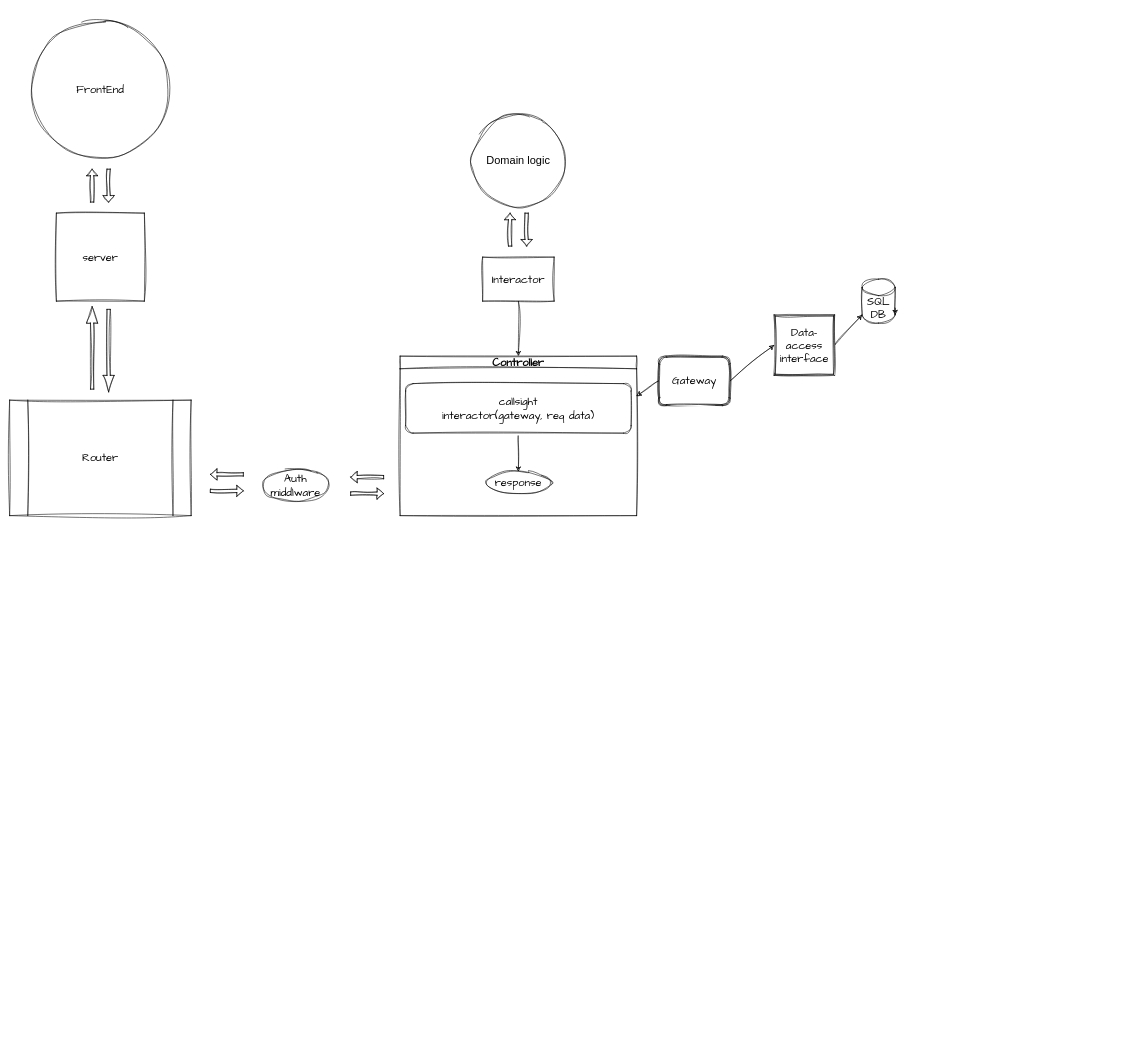
Above: structure.drawio in Jovarasleo/TaskEm (draw.io), before the change. Source tidied: cells renumbered, new cells numbered last; positions are measured from the earlier drawing's top-left corner, leaving out a move shared by most shapes. Both pictures are drawn from the tidied source at 55%, with x=0, y=0 at pixel (9, 20).
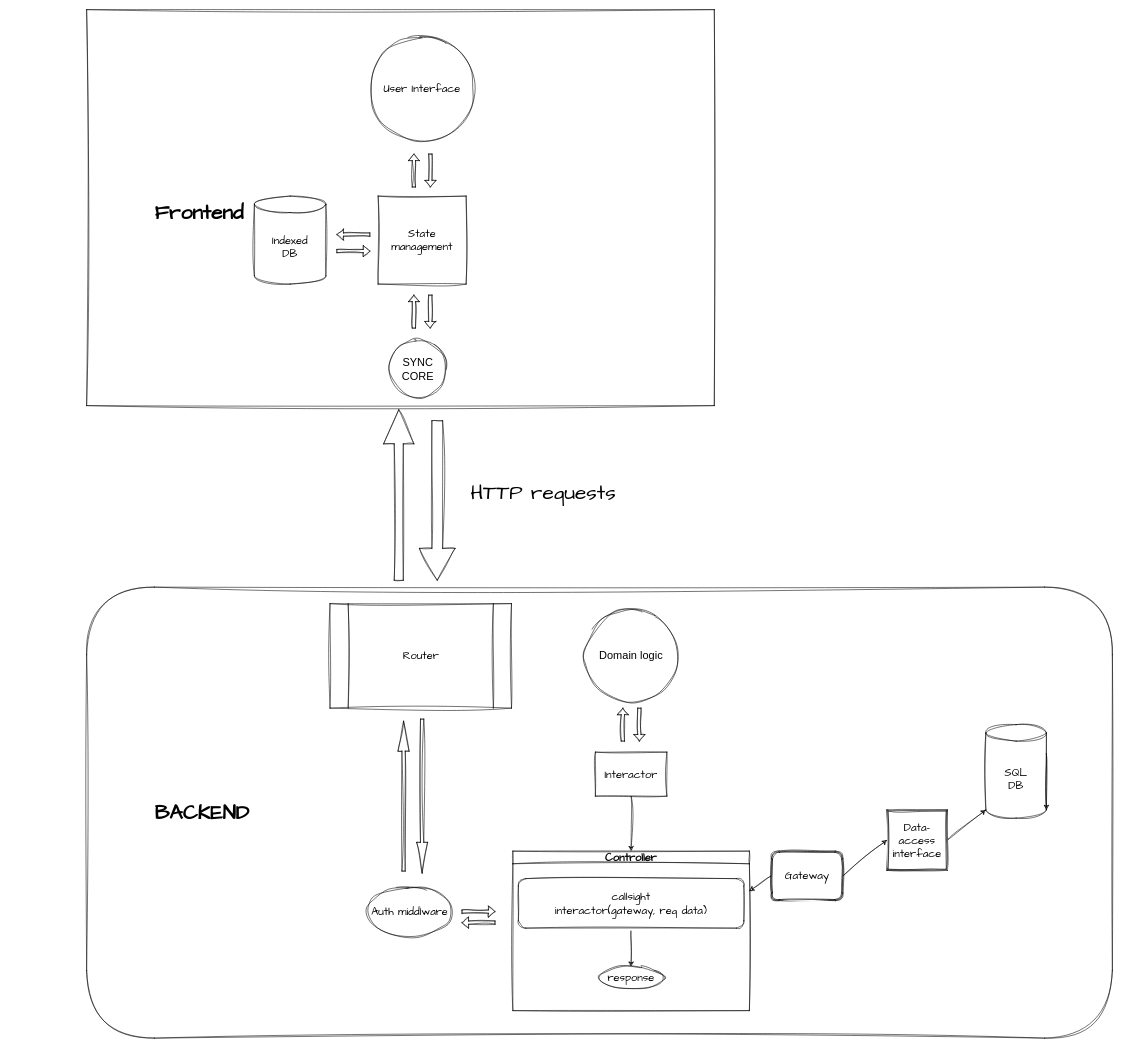
The same page after the edit.

The edit, as a diff of the source:
```diff
@@
+    <mxCell id="30" value="&lt;h1&gt;&lt;font style=&quot;font-size: 38px;&quot;&gt;&lt;span style=&quot;white-space: pre;&quot;&gt;&#9;&lt;/span&gt;Frontend&lt;/font&gt;&lt;/h1&gt;" style="rounded=0;whiteSpace=wrap;html=1;sketch=1;hachureGap=4;jiggle=2;curveFitting=1;fontFamily=Architects Daughter;fontSize=38;align=left;" parent="1" vertex="1">
+      <mxGeometry x="140" y="-20" width="1141.2" height="720" as="geometry" />
+    </mxCell>
+    <mxCell id="31" value="&lt;h1&gt;&lt;font style=&quot;font-size: 38px;&quot;&gt;&lt;span style=&quot;white-space: pre;&quot;&gt;&#9;&lt;/span&gt;BACKEND&lt;/font&gt;&lt;/h1&gt;" style="rounded=1;whiteSpace=wrap;html=1;sketch=1;hachureGap=4;jiggle=2;curveFitting=1;fontFamily=Architects Daughter;fontSize=20;align=left;" parent="1" vertex="1">
+      <mxGeometry x="140" y="1030" width="1865" height="820" as="geometry" />
+    </mxCell>
     <mxCell id="2" value="&lt;font face=&quot;Helvetica&quot;&gt;Domain logic&lt;/font&gt;" style="ellipse;whiteSpace=wrap;html=1;sketch=1;hachureGap=4;jiggle=2;curveFitting=1;fontFamily=Architects Daughter;fontSize=20;" parent="1" vertex="1">
-      <mxGeometry x="840" y="170" width="170" height="170" as="geometry" />
+      <mxGeometry x="1045" y="1070" width="170" height="170" as="geometry" />
     </mxCell>
     <mxCell id="3" style="shape=singleArrow;whiteSpace=wrap;html=1;sketch=1;hachureGap=4;jiggle=2;curveFitting=1;fontFamily=Helvetica;fontSize=20;rotation=-90;" parent="1" vertex="1">
-      <mxGeometry x="75" y="585" width="150" height="20" as="geometry" />
+      <mxGeometry x="580" y="1400" width="272.5" height="20" as="geometry" />
     </mxCell>
     <mxCell id="4" style="shape=singleArrow;whiteSpace=wrap;html=1;sketch=1;hachureGap=4;jiggle=2;curveFitting=1;fontFamily=Helvetica;fontSize=20;rotation=90;" parent="1" vertex="1">
-      <mxGeometry x="105" y="590" width="150" height="20" as="geometry" />
+      <mxGeometry x="610" y="1400" width="280" height="20" as="geometry" />
     </mxCell>
@@
     <mxCell id="6" value="Data-access&lt;br&gt;interface" style="shape=ext;double=1;whiteSpace=wrap;html=1;sketch=1;hachureGap=4;jiggle=2;curveFitting=1;fontFamily=Architects Daughter;fontSize=20;" parent="1" vertex="1">
-      <mxGeometry x="1390" y="535" width="110" height="110" as="geometry" />
+      <mxGeometry x="1595" y="1435" width="110" height="110" as="geometry" />
     </mxCell>
@@
     <mxCell id="9" value="Gateway" style="shape=ext;double=1;rounded=1;whiteSpace=wrap;html=1;sketch=1;hachureGap=4;jiggle=2;curveFitting=1;fontFamily=Architects Daughter;fontSize=20;" parent="1" vertex="1">
-      <mxGeometry x="1180" y="610" width="130" height="90" as="geometry" />
+      <mxGeometry x="1385" y="1510" width="130" height="90" as="geometry" />
     </mxCell>
@@
     <mxCell id="11" value="Interactor" style="rounded=0;whiteSpace=wrap;html=1;sketch=1;hachureGap=4;jiggle=2;curveFitting=1;fontFamily=Architects Daughter;fontSize=20;" parent="1" vertex="1">
-      <mxGeometry x="860" y="430" width="130" height="80" as="geometry" />
+      <mxGeometry x="1065" y="1330" width="130" height="80" as="geometry" />
     </mxCell>
     <mxCell id="12" value="SQL&lt;br&gt;DB" style="shape=cylinder3;whiteSpace=wrap;html=1;boundedLbl=1;backgroundOutline=1;size=15;sketch=1;hachureGap=4;jiggle=2;curveFitting=1;fontFamily=Architects Daughter;fontSize=20;" parent="1" vertex="1">
-      <mxGeometry x="1550" y="470" width="60" height="80" as="geometry" />
+      <mxGeometry x="1775" y="1280" width="110" height="170" as="geometry" />
     </mxCell>
@@
-    <mxCell id="14" value="server" style="whiteSpace=wrap;html=1;sketch=1;hachureGap=4;jiggle=2;curveFitting=1;fontFamily=Architects Daughter;fontSize=20;" parent="1" vertex="1">
-      <mxGeometry x="85" y="350" width="160" height="160" as="geometry" />
-    </mxCell>
-    <mxCell id="15" style="shape=singleArrow;whiteSpace=wrap;html=1;sketch=1;hachureGap=4;jiggle=2;curveFitting=1;fontFamily=Helvetica;fontSize=20;rotation=-90;" parent="1" vertex="1">
-      <mxGeometry x="120" y="290" width="60" height="20" as="geometry" />
-    </mxCell>
-    <mxCell id="16" style="shape=singleArrow;whiteSpace=wrap;html=1;sketch=1;hachureGap=4;jiggle=2;curveFitting=1;fontFamily=Helvetica;fontSize=20;rotation=90;" parent="1" vertex="1">
-      <mxGeometry x="150" y="290" width="60" height="20" as="geometry" />
-    </mxCell>
-    <mxCell id="17" value="FrontEnd" style="ellipse;whiteSpace=wrap;html=1;sketch=1;hachureGap=4;jiggle=2;curveFitting=1;fontFamily=Architects Daughter;fontSize=20;" parent="1" vertex="1">
-      <mxGeometry x="40" width="250" height="250" as="geometry" />
+    <mxCell id="17" value="User Interface" style="ellipse;whiteSpace=wrap;html=1;sketch=1;hachureGap=4;jiggle=2;curveFitting=1;fontFamily=Architects Daughter;fontSize=20;" parent="1" vertex="1">
+      <mxGeometry x="655" y="29" width="190" height="190" as="geometry" />
     </mxCell>
     <mxCell id="18" value="Controller" style="swimlane;whiteSpace=wrap;html=1;sketch=1;hachureGap=4;jiggle=2;curveFitting=1;fontFamily=Architects Daughter;fontSize=20;" parent="1" vertex="1">
-      <mxGeometry x="710" y="610" width="430" height="290" as="geometry" />
+      <mxGeometry x="915" y="1510" width="430" height="290" as="geometry" />
     </mxCell>
@@
     <mxCell id="22" value="Router" style="shape=process;whiteSpace=wrap;html=1;backgroundOutline=1;sketch=1;hachureGap=4;jiggle=2;curveFitting=1;fontFamily=Architects Daughter;fontSize=20;" parent="1" vertex="1">
-      <mxGeometry y="690" width="330" height="210" as="geometry" />
+      <mxGeometry x="582.5" y="1060" width="330" height="190" as="geometry" />
     </mxCell>
     <mxCell id="23" style="shape=singleArrow;whiteSpace=wrap;html=1;sketch=1;hachureGap=4;jiggle=2;curveFitting=1;fontFamily=Helvetica;fontSize=20;rotation=-90;" parent="1" vertex="1">
-      <mxGeometry x="880" y="370" width="60" height="20" as="geometry" />
+      <mxGeometry x="1085" y="1270" width="60" height="20" as="geometry" />
     </mxCell>
     <mxCell id="24" style="shape=singleArrow;whiteSpace=wrap;html=1;sketch=1;hachureGap=4;jiggle=2;curveFitting=1;fontFamily=Helvetica;fontSize=20;rotation=90;" parent="1" vertex="1">
-      <mxGeometry x="910" y="370" width="60" height="20" as="geometry" />
+      <mxGeometry x="1115" y="1270" width="60" height="20" as="geometry" />
     </mxCell>
-    <mxCell id="25" style="shape=singleArrow;whiteSpace=wrap;html=1;sketch=1;hachureGap=4;jiggle=2;curveFitting=1;fontFamily=Helvetica;fontSize=20;rotation=0;" parent="1" vertex="1">
-      <mxGeometry x="365" y="845" width="60" height="20" as="geometry" />
-    </mxCell>
-    <mxCell id="26" style="shape=singleArrow;whiteSpace=wrap;html=1;sketch=1;hachureGap=4;jiggle=2;curveFitting=1;fontFamily=Helvetica;fontSize=20;rotation=-180;" parent="1" vertex="1">
-      <mxGeometry x="365" y="815" width="60" height="20" as="geometry" />
-    </mxCell>
     <mxCell id="27" value="Auth middlware" style="ellipse;whiteSpace=wrap;html=1;sketch=1;hachureGap=4;jiggle=2;curveFitting=1;fontFamily=Architects Daughter;fontSize=20;" parent="1" vertex="1">
-      <mxGeometry x="460" y="815" width="120" height="60" as="geometry" />
+      <mxGeometry x="650" y="1575" width="155" height="90" as="geometry" />
     </mxCell>
+    <mxCell id="32" style="edgeStyle=none;sketch=1;hachureGap=4;jiggle=2;curveFitting=1;html=1;fontFamily=Architects Daughter;fontSize=38;" parent="1" edge="1" source="28" target="29">
+      <mxGeometry relative="1" as="geometry" />
+    </mxCell>
     <mxCell id="28" style="shape=singleArrow;whiteSpace=wrap;html=1;sketch=1;hachureGap=4;jiggle=2;curveFitting=1;fontFamily=Helvetica;fontSize=20;rotation=0;" parent="1" vertex="1">
-      <mxGeometry x="620" y="850" width="60" height="20" as="geometry" />
+      <mxGeometry x="822.5" y="1610" width="60" height="20" as="geometry" />
     </mxCell>
     <mxCell id="29" style="shape=singleArrow;whiteSpace=wrap;html=1;sketch=1;hachureGap=4;jiggle=2;curveFitting=1;fontFamily=Helvetica;fontSize=20;rotation=-180;" parent="1" vertex="1">
-      <mxGeometry x="620" y="820" width="60" height="20" as="geometry" />
+      <mxGeometry x="822.5" y="1630" width="60" height="20" as="geometry" />
     </mxCell>
+    <mxCell id="33" value="State management" style="whiteSpace=wrap;html=1;sketch=1;hachureGap=4;jiggle=2;curveFitting=1;fontFamily=Architects Daughter;fontSize=20;" parent="1" vertex="1">
+      <mxGeometry x="670" y="319" width="160" height="160" as="geometry" />
+    </mxCell>
+    <mxCell id="34" value="Indexed&lt;br&gt;DB" style="shape=cylinder3;whiteSpace=wrap;html=1;boundedLbl=1;backgroundOutline=1;size=15;sketch=1;hachureGap=4;jiggle=2;curveFitting=1;fontFamily=Architects Daughter;fontSize=20;" parent="1" vertex="1">
+      <mxGeometry x="445" y="319" width="130" height="160" as="geometry" />
+    </mxCell>
+    <mxCell id="35" value="&lt;font face=&quot;Helvetica&quot;&gt;SYNC CORE&lt;br&gt;&lt;/font&gt;" style="ellipse;whiteSpace=wrap;html=1;sketch=1;hachureGap=4;jiggle=2;curveFitting=1;fontFamily=Architects Daughter;fontSize=20;" parent="1" vertex="1">
+      <mxGeometry x="690" y="580" width="105" height="105" as="geometry" />
+    </mxCell>
+    <mxCell id="36" style="shape=singleArrow;whiteSpace=wrap;html=1;sketch=1;hachureGap=4;jiggle=2;curveFitting=1;fontFamily=Helvetica;fontSize=20;rotation=-90;" parent="1" vertex="1">
+      <mxGeometry x="705" y="262.5" width="60" height="20" as="geometry" />
+    </mxCell>
+    <mxCell id="37" style="shape=singleArrow;whiteSpace=wrap;html=1;sketch=1;hachureGap=4;jiggle=2;curveFitting=1;fontFamily=Helvetica;fontSize=20;rotation=90;" parent="1" vertex="1">
+      <mxGeometry x="735" y="262.5" width="60" height="20" as="geometry" />
+    </mxCell>
+    <mxCell id="38" style="shape=singleArrow;whiteSpace=wrap;html=1;sketch=1;hachureGap=4;jiggle=2;curveFitting=1;fontFamily=Helvetica;fontSize=20;rotation=-90;" parent="1" vertex="1">
+      <mxGeometry x="705" y="519" width="60" height="20" as="geometry" />
+    </mxCell>
+    <mxCell id="39" style="shape=singleArrow;whiteSpace=wrap;html=1;sketch=1;hachureGap=4;jiggle=2;curveFitting=1;fontFamily=Helvetica;fontSize=20;rotation=90;" parent="1" vertex="1">
+      <mxGeometry x="735" y="519" width="60" height="20" as="geometry" />
+    </mxCell>
+    <mxCell id="40" style="shape=singleArrow;whiteSpace=wrap;html=1;sketch=1;hachureGap=4;jiggle=2;curveFitting=1;fontFamily=Helvetica;fontSize=20;rotation=0;" parent="1" vertex="1">
+      <mxGeometry x="595" y="409" width="60" height="20" as="geometry" />
+    </mxCell>
+    <mxCell id="41" style="shape=singleArrow;whiteSpace=wrap;html=1;sketch=1;hachureGap=4;jiggle=2;curveFitting=1;fontFamily=Helvetica;fontSize=20;rotation=-180;" parent="1" vertex="1">
+      <mxGeometry x="595" y="379" width="60" height="20" as="geometry" />
+    </mxCell>
+    <mxCell id="42" style="shape=singleArrow;whiteSpace=wrap;html=1;sketch=1;hachureGap=4;jiggle=2;curveFitting=1;fontFamily=Helvetica;fontSize=20;rotation=-90;" parent="1" vertex="1">
+      <mxGeometry x="552.5" y="835" width="310" height="55" as="geometry" />
+    </mxCell>
+    <mxCell id="43" style="shape=singleArrow;whiteSpace=wrap;html=1;sketch=1;hachureGap=4;jiggle=2;curveFitting=1;fontFamily=Helvetica;fontSize=20;rotation=90;" parent="1" vertex="1">
+      <mxGeometry x="632.5" y="840" width="290" height="65" as="geometry" />
+    </mxCell>
+    <mxCell id="44" value="HTTP requests" style="text;html=1;align=center;verticalAlign=middle;strokeColor=none;fillColor=none;fontSize=38;fontFamily=Architects Daughter;sketch=1;hachureGap=4;jiggle=2;curveFitting=1;" parent="1" vertex="1">
+      <mxGeometry x="825" y="830" width="290" height="60" as="geometry" />
+    </mxCell>
```
